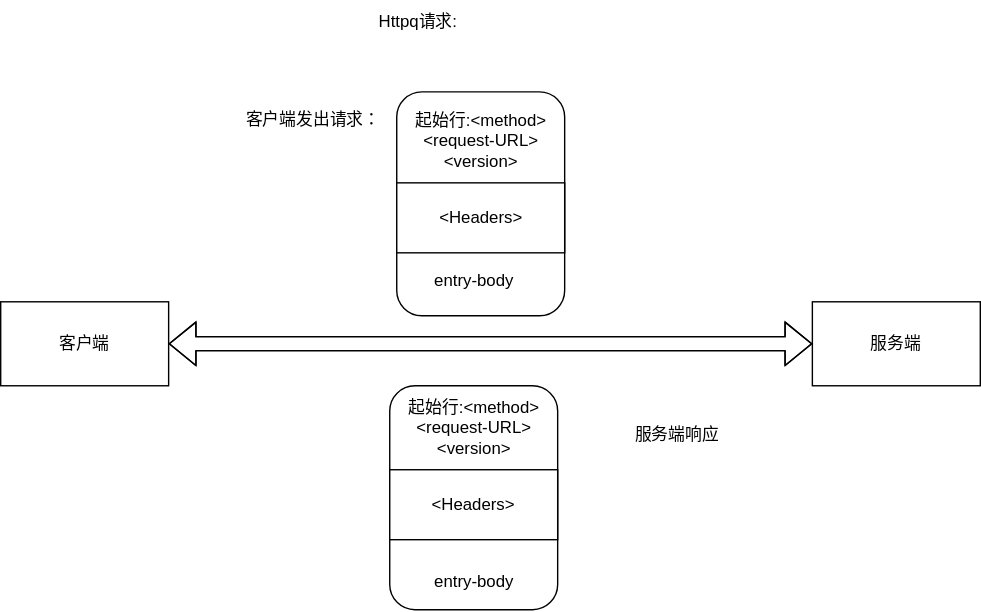
Above: http/http.svg in vaniot-s/picture (draw.io), before the change. Source tidied: cells renumbered, new cells last; positions are measured from the earlier drawing's top-left corner, leaving out a move shared by most shapes. Source of this version:
```xml
<mxGraphModel>
  <root>
    <mxCell id="0" />
    <mxCell id="1" parent="0" />
    <mxCell id="2" value="客户端" style="rounded=0;whiteSpace=wrap;html=1;" parent="1" vertex="1">
      <mxGeometry y="215" width="120" height="60" as="geometry" />
    </mxCell>
    <mxCell id="3" style="shape=flexArrow;endArrow=classic;startArrow=classic;html=1;rounded=0;exitX=1;exitY=0.5;exitDx=0;exitDy=0;" parent="1" edge="1" source="2" target="4">
      <mxGeometry relative="1" as="geometry">
        <Array as="points">
          <mxPoint x="350" y="245" />
        </Array>
      </mxGeometry>
    </mxCell>
    <mxCell id="4" value="服务端" style="rounded=0;whiteSpace=wrap;html=1;" parent="1" vertex="1">
      <mxGeometry x="580" y="215" width="120" height="60" as="geometry" />
    </mxCell>
    <mxCell id="5" style="rounded=1;whiteSpace=wrap;html=1;" parent="1" vertex="1">
      <mxGeometry x="283" y="65" width="120" height="160" as="geometry" />
    </mxCell>
    <mxCell id="6" style="rounded=0;whiteSpace=wrap;html=1;" parent="1" vertex="1">
      <mxGeometry x="283" y="130" width="120" height="50" as="geometry" />
    </mxCell>
    <mxCell id="7" value="起始行:&amp;lt;method&amp;gt;&lt;br&gt;&amp;lt;request-URL&amp;gt;&lt;br&gt;&amp;lt;version&amp;gt;" style="text;html=1;align=center;verticalAlign=middle;fillColor=none;strokeColor=none;rounded=0;" parent="1" vertex="1">
      <mxGeometry x="283" y="70" width="120" height="60" as="geometry" />
    </mxCell>
    <mxCell id="8" value="&amp;lt;Headers&amp;gt;" style="text;html=1;align=center;verticalAlign=middle;fillColor=none;strokeColor=none;rounded=0;" parent="1" vertex="1">
      <mxGeometry x="303" y="140" width="80" height="30" as="geometry" />
    </mxCell>
    <mxCell id="9" value="entry-body" style="text;html=1;align=center;verticalAlign=middle;fillColor=none;strokeColor=none;rounded=0;" parent="1" vertex="1">
      <mxGeometry x="293" y="185" width="90" height="30" as="geometry" />
    </mxCell>
    <mxCell id="10" value="客户端发出请求：" style="text;html=1;align=center;verticalAlign=middle;fillColor=none;strokeColor=none;rounded=0;" parent="1" vertex="1">
      <mxGeometry x="163" y="70" width="120" height="30" as="geometry" />
    </mxCell>
    <mxCell id="11" value="服务端响应" style="text;html=1;align=center;verticalAlign=middle;fillColor=none;strokeColor=none;rounded=0;" parent="1" vertex="1">
      <mxGeometry x="443" y="295" width="80" height="30" as="geometry" />
    </mxCell>
    <mxCell id="12" style="rounded=1;whiteSpace=wrap;html=1;" parent="1" vertex="1">
      <mxGeometry x="278" y="275" width="120" height="160" as="geometry" />
    </mxCell>
    <mxCell id="13" value="&amp;lt;Headers&amp;gt;" style="rounded=0;whiteSpace=wrap;html=1;" parent="1" vertex="1">
      <mxGeometry x="278" y="335" width="120" height="50" as="geometry" />
    </mxCell>
    <mxCell id="14" value="起始行:&amp;lt;method&amp;gt;&lt;br&gt;&amp;lt;request-URL&amp;gt;&lt;br&gt;&amp;lt;version&amp;gt;" style="text;html=1;align=center;verticalAlign=middle;fillColor=none;strokeColor=none;rounded=0;" parent="1" vertex="1">
      <mxGeometry x="278" y="275" width="120" height="60" as="geometry" />
    </mxCell>
    <mxCell id="15" value="entry-body" style="text;html=1;align=center;verticalAlign=middle;fillColor=none;strokeColor=none;rounded=0;" parent="1" vertex="1">
      <mxGeometry x="293" y="400" width="90" height="30" as="geometry" />
    </mxCell>
    <mxCell id="16" value="Httpq请求:" style="text;html=1;align=center;verticalAlign=middle;fillColor=none;strokeColor=none;rounded=0;" parent="1" vertex="1">
      <mxGeometry x="258" width="80" height="30" as="geometry" />
    </mxCell>
  </root>
</mxGraphModel>
```
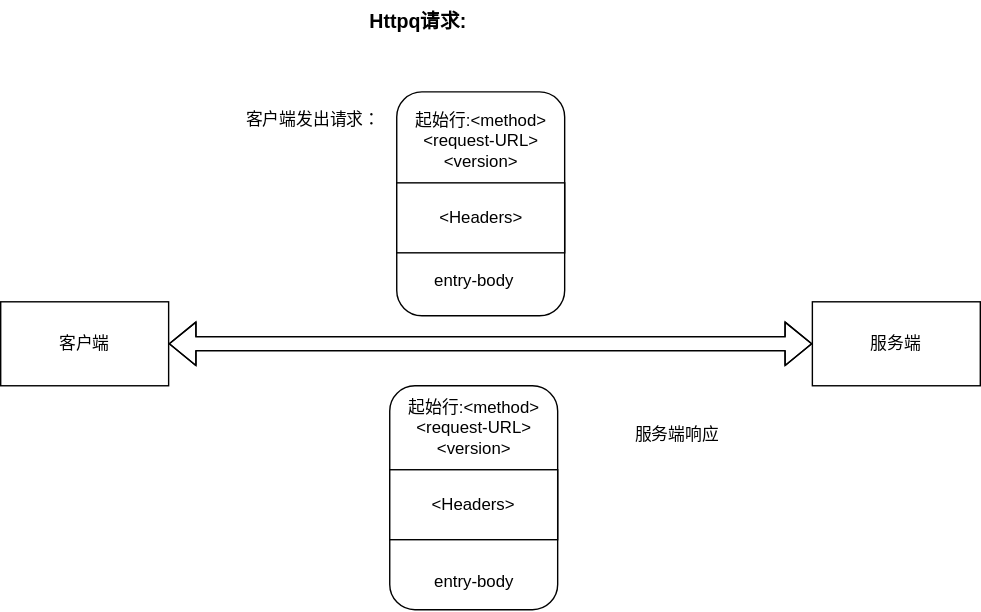
The same diagram one commit later.

Diff of the diagram source:
```diff
@@ -48,8 +48,8 @@
     <mxCell id="15" value="entry-body" style="text;html=1;align=center;verticalAlign=middle;fillColor=none;strokeColor=none;rounded=0;" parent="1" vertex="1">
       <mxGeometry x="293" y="400" width="90" height="30" as="geometry" />
     </mxCell>
-    <mxCell id="16" value="Httpq请求:" style="text;html=1;align=center;verticalAlign=middle;fillColor=none;strokeColor=none;rounded=0;" parent="1" vertex="1">
-      <mxGeometry x="258" width="80" height="30" as="geometry" />
+    <mxCell id="16" value="&lt;font style=&quot;font-size: 14px;&quot;&gt;&lt;b&gt;Httpq请求:&lt;/b&gt;&lt;/font&gt;" style="text;html=1;align=center;verticalAlign=middle;fillColor=none;strokeColor=none;rounded=0;" parent="1" vertex="1">
+      <mxGeometry x="248" width="100" height="30" as="geometry" />
     </mxCell>
   </root>
 </mxGraphModel>
```
